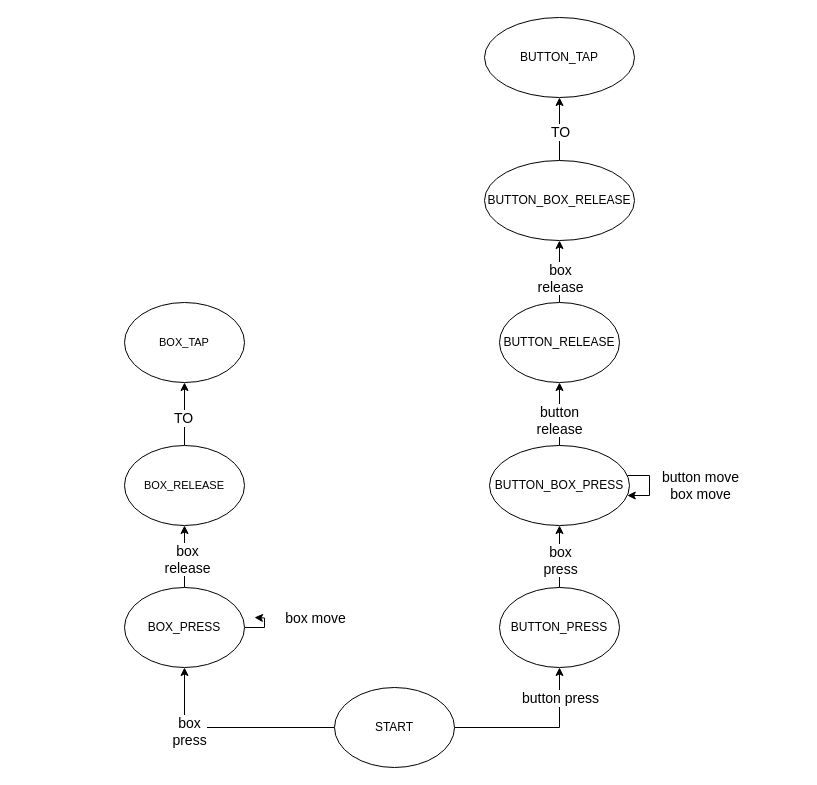
The draw.io diagram page "states-n" (2 of 8) of doc/screen.drawio in kushnertodd/android-adaptive-ui, before the edit. Source tidied: cells renumbered, new cells numbered last; positions are measured from the earlier drawing's top-left corner, leaving out a move shared by most shapes. Both pictures are drawn from the tidied source at 100%, with x=0, y=0 at pixel (124, 17).
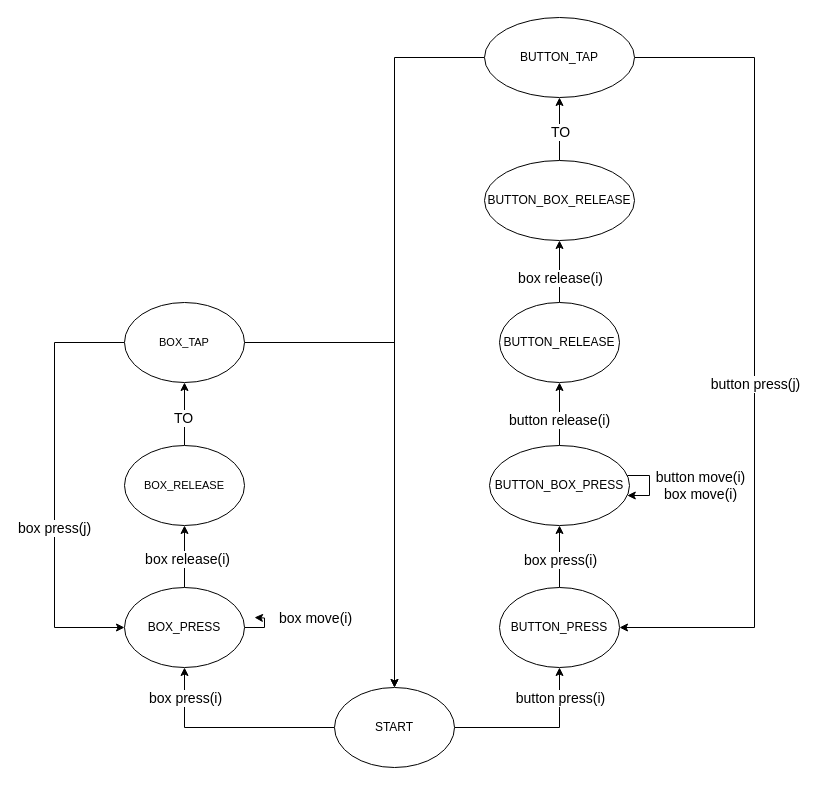
The same page after the edit.

Unchanged cells that the change refers to:
```xml
<mxCell id="2" style="edgeStyle=orthogonalEdgeStyle;rounded=0;jettySize=auto;html=1;" parent="1" edge="1" source="6" target="9">
  <mxGeometry relative="1" as="geometry" />
</mxCell>
<mxCell id="4" style="edgeStyle=orthogonalEdgeStyle;rounded=0;jettySize=auto;html=1;" parent="1" edge="1" source="6" target="17">
  <mxGeometry relative="1" as="geometry" />
</mxCell>
<mxCell id="6" value="&lt;span style=&quot;text-align: left;&quot;&gt;START&lt;/span&gt;" style="ellipse;whiteSpace=wrap;html=1;" parent="1" vertex="1">
  <mxGeometry x="210" y="670" width="120" height="80" as="geometry" />
</mxCell>
<mxCell id="7" style="edgeStyle=orthogonalEdgeStyle;rounded=0;jettySize=auto;html=1;" parent="1" edge="1" source="9" target="21">
  <mxGeometry relative="1" as="geometry" />
</mxCell>
<mxCell id="9" value="&lt;span style=&quot;text-align: left;&quot;&gt;BUTTON_PRESS&lt;/span&gt;" style="ellipse;whiteSpace=wrap;html=1;" parent="1" vertex="1">
  <mxGeometry x="375" y="570" width="120" height="80" as="geometry" />
</mxCell>
<mxCell id="10" style="edgeStyle=orthogonalEdgeStyle;rounded=0;jettySize=auto;html=1;" parent="1" edge="1" source="12" target="27">
  <mxGeometry relative="1" as="geometry" />
</mxCell>
<mxCell id="13" style="edgeStyle=orthogonalEdgeStyle;rounded=0;jettySize=auto;html=1;" parent="1" edge="1" source="17" target="24">
  <mxGeometry relative="1" as="geometry" />
</mxCell>
<mxCell id="15" style="edgeStyle=orthogonalEdgeStyle;rounded=0;jettySize=auto;html=1;" parent="1" edge="1" source="17">
  <mxGeometry relative="1" as="geometry">
    <mxPoint x="130" y="600" as="targetPoint" />
  </mxGeometry>
</mxCell>
<mxCell id="17" value="&lt;span style=&quot;text-align: left;&quot;&gt;BOX_PRESS&lt;/span&gt;" style="ellipse;whiteSpace=wrap;html=1;" parent="1" vertex="1">
  <mxGeometry y="570" width="120" height="80" as="geometry" />
</mxCell>
<mxCell id="18" style="edgeStyle=orthogonalEdgeStyle;rounded=0;jettySize=auto;html=1;" parent="1" edge="1" source="21" target="12">
  <mxGeometry relative="1" as="geometry" />
</mxCell>
<mxCell id="28" value="&lt;font style=&quot;font-size: 12px;&quot;&gt;&lt;span style=&quot;text-align: left;&quot;&gt;&lt;font style=&quot;&quot;&gt;BUTTON_TAP&lt;/font&gt;&lt;/span&gt;&lt;/font&gt;" style="ellipse;whiteSpace=wrap;html=1;" parent="1" vertex="1">
  <mxGeometry x="360" width="150" height="80" as="geometry" />
</mxCell>
<mxCell id="29" value="&lt;span style=&quot;text-align: left;&quot;&gt;&lt;font style=&quot;font-size: 11px;&quot;&gt;BOX_TAP&lt;/font&gt;&lt;/span&gt;" style="ellipse;whiteSpace=wrap;html=1;" parent="1" vertex="1">
  <mxGeometry y="285" width="120" height="80" as="geometry" />
</mxCell>
<mxCell id="30" style="edgeStyle=orthogonalEdgeStyle;rounded=0;orthogonalLoop=1;jettySize=auto;html=1;" parent="1" edge="1" source="21" target="21">
  <mxGeometry relative="1" as="geometry" />
</mxCell>
```

The edit, as a diff of the source:
```diff
@@
-    <mxCell id="3" value="&lt;font style=&quot;font-size: 14px;&quot;&gt;button press&lt;/font&gt;" style="edgeLabel;html=1;align=center;verticalAlign=middle;" parent="2" vertex="1">
+    <mxCell id="3" value="&lt;font style=&quot;font-size: 14px;&quot;&gt;button press(i)&lt;/font&gt;" style="edgeLabel;html=1;align=center;verticalAlign=middle;" parent="2" vertex="1">
       <mxGeometry x="0.44" relative="1" as="geometry">
         <mxPoint y="-16" as="offset" />
       </mxGeometry>
     </mxCell>
@@
-    <mxCell id="5" value="&lt;span style=&quot;font-size: 14px;&quot;&gt;box&lt;/span&gt;&lt;br style=&quot;font-size: 14px;&quot;&gt;&lt;span style=&quot;font-size: 14px;&quot;&gt;press&lt;/span&gt;" style="edgeLabel;html=1;align=center;verticalAlign=middle;" parent="4" vertex="1">
+    <mxCell id="5" value="&lt;span style=&quot;font-size: 14px;&quot;&gt;box&amp;nbsp;&lt;/span&gt;&lt;span style=&quot;font-size: 14px;&quot;&gt;press(i)&lt;/span&gt;" style="edgeLabel;html=1;align=center;verticalAlign=middle;" parent="4" vertex="1">
       <mxGeometry x="0.5" y="-2" relative="1" as="geometry">
-        <mxPoint x="2" y="11" as="offset" />
+        <mxPoint x="-2" y="-22" as="offset" />
       </mxGeometry>
     </mxCell>
@@
-    <mxCell id="8" value="&lt;span style=&quot;font-size: 14px;&quot;&gt;box&lt;br&gt;press&lt;/span&gt;" style="edgeLabel;html=1;align=center;verticalAlign=middle;" parent="7" vertex="1">
+    <mxCell id="8" value="&lt;span style=&quot;font-size: 14px;&quot;&gt;box press(i)&lt;/span&gt;" style="edgeLabel;html=1;align=center;verticalAlign=middle;" parent="7" vertex="1">
       <mxGeometry x="-0.11" relative="1" as="geometry" />
     </mxCell>
@@
-    <mxCell id="11" value="&lt;span style=&quot;font-size: 14px;&quot;&gt;box&lt;br&gt;release&lt;/span&gt;" style="edgeLabel;html=1;align=center;verticalAlign=middle;" parent="10" vertex="1">
+    <mxCell id="11" value="&lt;span style=&quot;font-size: 14px;&quot;&gt;box release(i)&lt;/span&gt;" style="edgeLabel;html=1;align=center;verticalAlign=middle;" parent="10" vertex="1">
       <mxGeometry x="-0.32" y="1" relative="1" as="geometry">
         <mxPoint x="1" y="-4" as="offset" />
       </mxGeometry>
     </mxCell>
@@
-    <mxCell id="14" value="&lt;span style=&quot;font-size: 14px;&quot;&gt;box&lt;/span&gt;&lt;br style=&quot;font-size: 14px;&quot;&gt;&lt;span style=&quot;font-size: 14px;&quot;&gt;release&lt;/span&gt;" style="edgeLabel;html=1;align=center;verticalAlign=middle;" parent="13" vertex="1">
+    <mxCell id="14" value="&lt;span style=&quot;font-size: 14px;&quot;&gt;box&amp;nbsp;&lt;/span&gt;&lt;span style=&quot;font-size: 14px;&quot;&gt;release(i)&lt;/span&gt;" style="edgeLabel;html=1;align=center;verticalAlign=middle;" parent="13" vertex="1">
       <mxGeometry x="-0.07" y="-2" relative="1" as="geometry" />
     </mxCell>
@@
-    <mxCell id="16" value="&lt;span style=&quot;font-size: 14px;&quot;&gt;box move&lt;/span&gt;" style="edgeLabel;html=1;align=center;verticalAlign=middle;" parent="15" vertex="1">
+    <mxCell id="16" value="&lt;span style=&quot;font-size: 14px;&quot;&gt;box move(i)&lt;/span&gt;" style="edgeLabel;html=1;align=center;verticalAlign=middle;" parent="15" vertex="1">
       <mxGeometry x="-0.03" relative="1" as="geometry">
         <mxPoint x="51" y="-10" as="offset" />
       </mxGeometry>
     </mxCell>
@@
-    <mxCell id="19" value="&lt;span style=&quot;font-size: 14px;&quot;&gt;button&lt;br&gt;release&lt;/span&gt;" style="edgeLabel;html=1;align=center;verticalAlign=middle;" parent="18" vertex="1">
+    <mxCell id="19" value="&lt;span style=&quot;font-size: 14px;&quot;&gt;button release(i)&lt;/span&gt;" style="edgeLabel;html=1;align=center;verticalAlign=middle;" parent="18" vertex="1">
       <mxGeometry x="-0.16" y="1" relative="1" as="geometry" />
     </mxCell>
@@
+    <mxCell id="32" style="edgeStyle=orthogonalEdgeStyle;rounded=0;jettySize=auto;html=1;" parent="1" edge="1" source="28" target="6">
+      <mxGeometry relative="1" as="geometry" />
+    </mxCell>
+    <mxCell id="33" style="edgeStyle=orthogonalEdgeStyle;rounded=0;jettySize=auto;html=1;" parent="1" edge="1" source="28" target="9">
+      <mxGeometry relative="1" as="geometry">
+        <Array as="points">
+          <mxPoint x="630" y="40" />
+          <mxPoint x="630" y="610" />
+        </Array>
+      </mxGeometry>
+    </mxCell>
+    <mxCell id="34" value="&lt;span style=&quot;font-size: 14px;&quot;&gt;button press(j)&lt;/span&gt;" style="edgeLabel;html=1;align=center;verticalAlign=middle;" parent="33" vertex="1">
+      <mxGeometry x="0.08" relative="1" as="geometry" />
+    </mxCell>
@@
+    <mxCell id="35" style="edgeStyle=orthogonalEdgeStyle;rounded=0;jettySize=auto;html=1;" parent="1" edge="1" source="29" target="6">
+      <mxGeometry relative="1" as="geometry" />
+    </mxCell>
+    <mxCell id="36" style="edgeStyle=orthogonalEdgeStyle;rounded=0;jettySize=auto;html=1;entryX=0;entryY=0.5;entryDx=0;entryDy=0;" parent="1" edge="1" source="29" target="17">
+      <mxGeometry relative="1" as="geometry">
+        <Array as="points">
+          <mxPoint x="-70" y="325" />
+          <mxPoint x="-70" y="610" />
+        </Array>
+      </mxGeometry>
+    </mxCell>
+    <mxCell id="37" value="&lt;span style=&quot;font-size: 14px;&quot;&gt;box&amp;nbsp;&lt;/span&gt;&lt;span style=&quot;font-size: 14px;&quot;&gt;press(j)&lt;/span&gt;" style="edgeLabel;html=1;align=center;verticalAlign=middle;" parent="36" vertex="1">
+      <mxGeometry x="0.2" y="-1" relative="1" as="geometry" />
+    </mxCell>
@@
-    <mxCell id="31" value="&lt;span style=&quot;font-size: 14px;&quot;&gt;button move&lt;/span&gt;&lt;br style=&quot;font-size: 14px;&quot;&gt;&lt;span style=&quot;font-size: 14px;&quot;&gt;box move&lt;/span&gt;" style="edgeLabel;html=1;align=center;verticalAlign=middle;" parent="30" vertex="1">
+    <mxCell id="31" value="&lt;span style=&quot;font-size: 14px;&quot;&gt;button move(i)&lt;/span&gt;&lt;br style=&quot;font-size: 14px;&quot;&gt;&lt;span style=&quot;font-size: 14px;&quot;&gt;box move(i)&lt;/span&gt;" style="edgeLabel;html=1;align=center;verticalAlign=middle;" parent="30" vertex="1">
       <mxGeometry x="0.19" y="-2" relative="1" as="geometry">
         <mxPoint x="52" y="-6" as="offset" />
       </mxGeometry>
     </mxCell>
```
